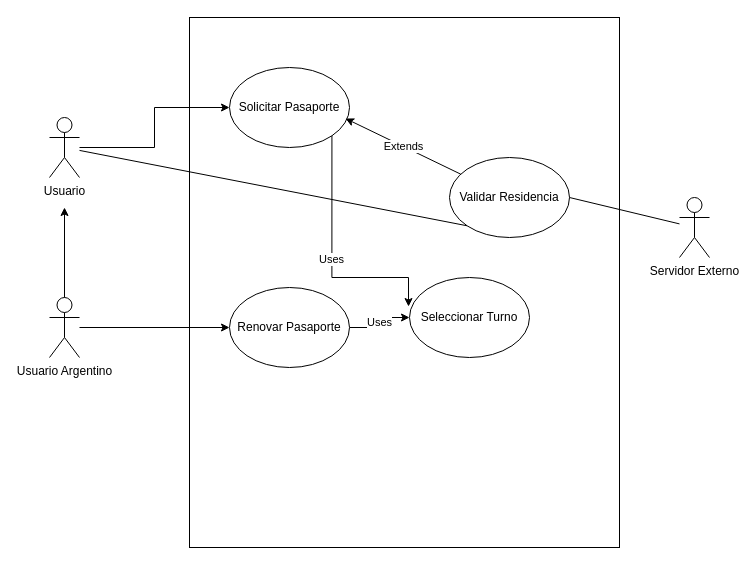
The draw.io diagram parcial3.drawio in juansirai/ING1, before the edit. Source tidied: cells renumbered, new cells numbered last; positions are measured from the earlier drawing's top-left corner, leaving out a move shared by most shapes. Both pictures are drawn from the tidied source at 100%, with x=0, y=0 at pixel (49, 17).
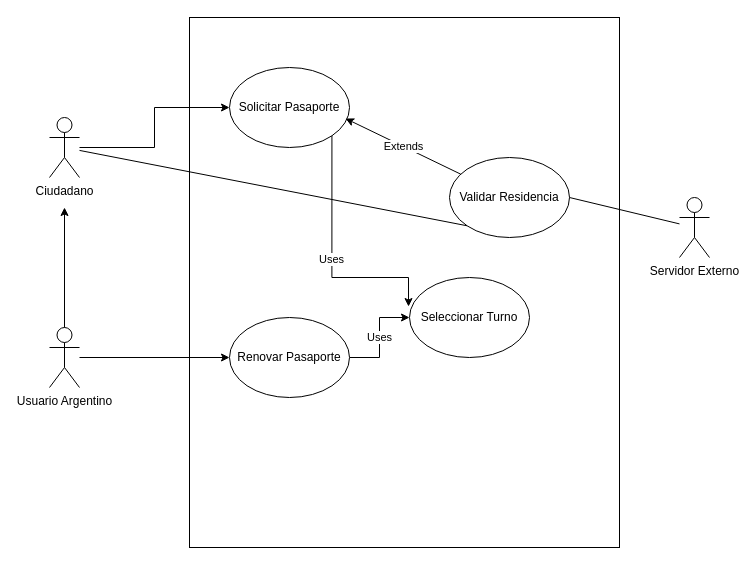
Above is the later version.

What changed in the source:
```diff
@@
     <mxCell id="5" value="Renovar Pasaporte" style="ellipse;whiteSpace=wrap;html=1;" parent="1" vertex="1">
-      <mxGeometry x="180" y="270" width="120" height="80" as="geometry" />
+      <mxGeometry x="180" y="300" width="120" height="80" as="geometry" />
     </mxCell>
@@
-    <mxCell id="7" value="Usuario" style="shape=umlActor;verticalLabelPosition=bottom;verticalAlign=top;html=1;outlineConnect=0;" parent="1" vertex="1">
+    <mxCell id="7" value="Ciudadano" style="shape=umlActor;verticalLabelPosition=bottom;verticalAlign=top;html=1;outlineConnect=0;" parent="1" vertex="1">
       <mxGeometry y="100" width="30" height="60" as="geometry" />
     </mxCell>
@@
     <mxCell id="9" value="Usuario Argentino" style="shape=umlActor;verticalLabelPosition=bottom;verticalAlign=top;html=1;outlineConnect=0;" parent="1" vertex="1">
-      <mxGeometry y="280" width="30" height="60" as="geometry" />
+      <mxGeometry y="310" width="30" height="60" as="geometry" />
     </mxCell>
```
